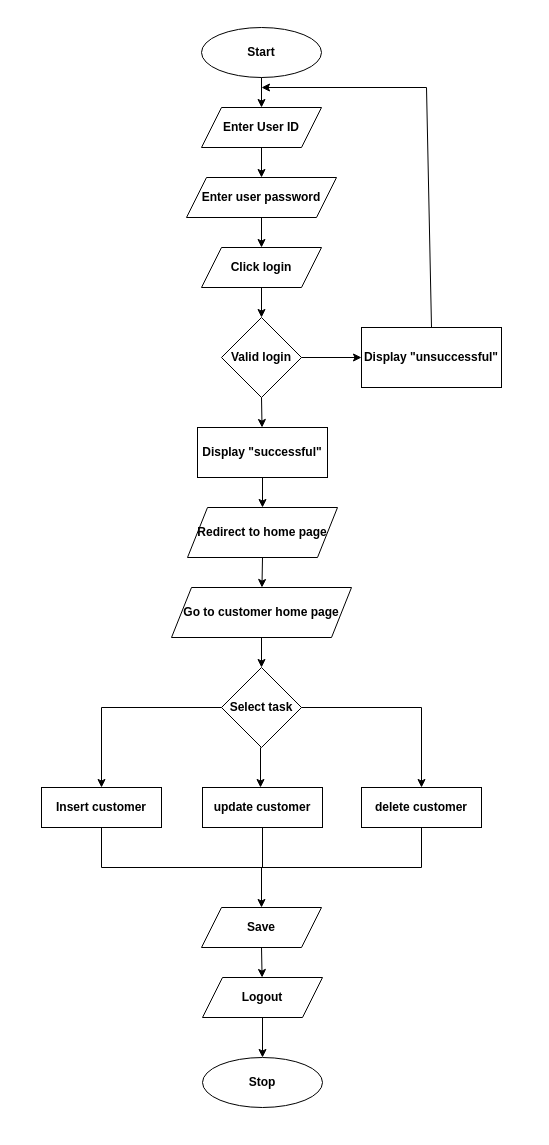
Earlier version of the draw.io diagram page "Yuchira-flow2" (23 of 37) of PAF ER Diagram.drawio (YuchiraJA/PAF-Project-ER-Diagram). Source tidied: cells renumbered, new cells numbered last; positions are measured from the earlier drawing's top-left corner, leaving out a move shared by most shapes. Both pictures are drawn from the tidied source at 100%, with x=0, y=0 at pixel (41, 27).
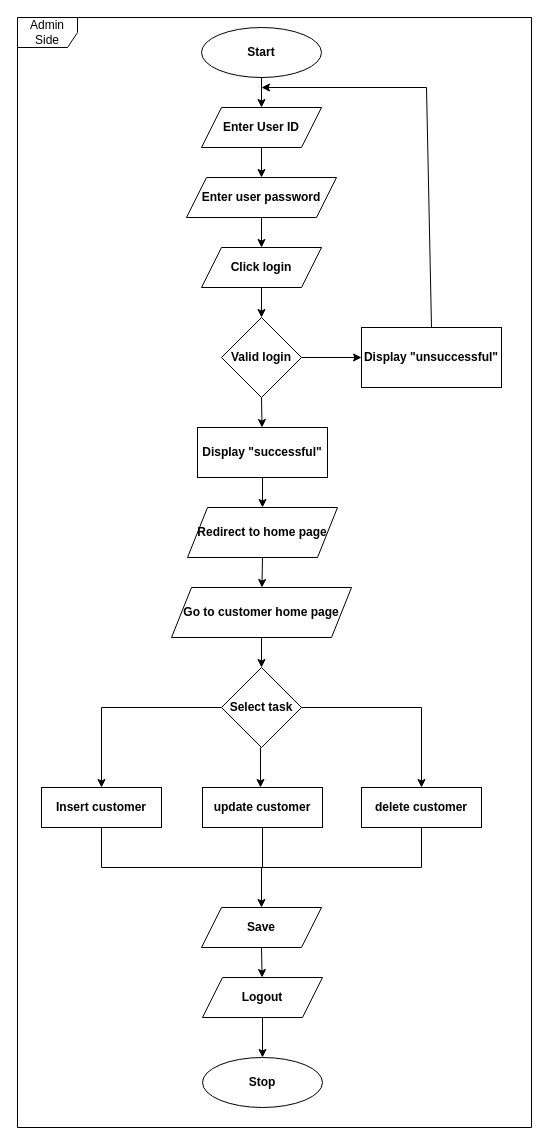
After the change.

The edit, as a diff of the source:
```diff
@@
+    <mxCell id="38" value="Admin Side" style="shape=umlFrame;whiteSpace=wrap;html=1;" parent="1" vertex="1">
+      <mxGeometry x="-24" y="-10" width="514" height="1110" as="geometry" />
+    </mxCell>
```
